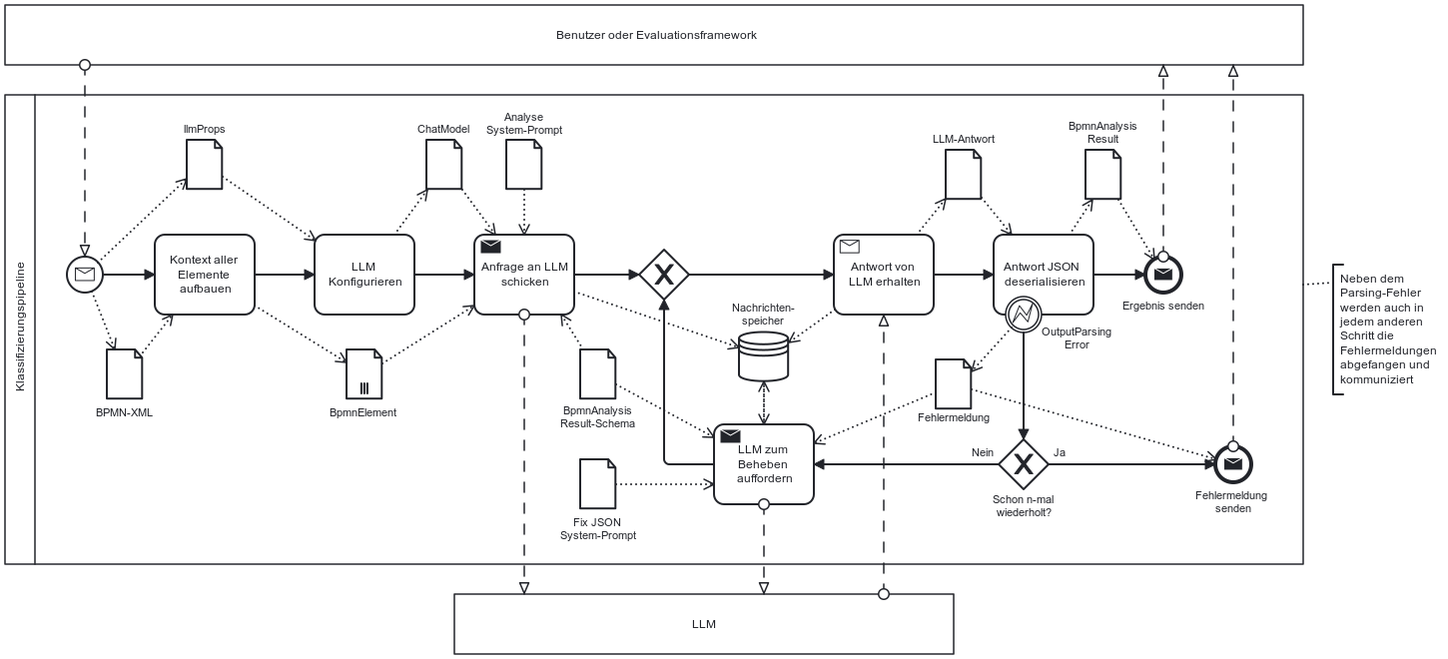
This is thesis/images/classification/classification-pipeline-diagram.png from MertenD/gripl-master-thesis, a BPMN export, as it was before one commit. Its source is kept beside it as thesis/images/classification/classification-pipeline-diagram.bpmn. Ids are renumbered.
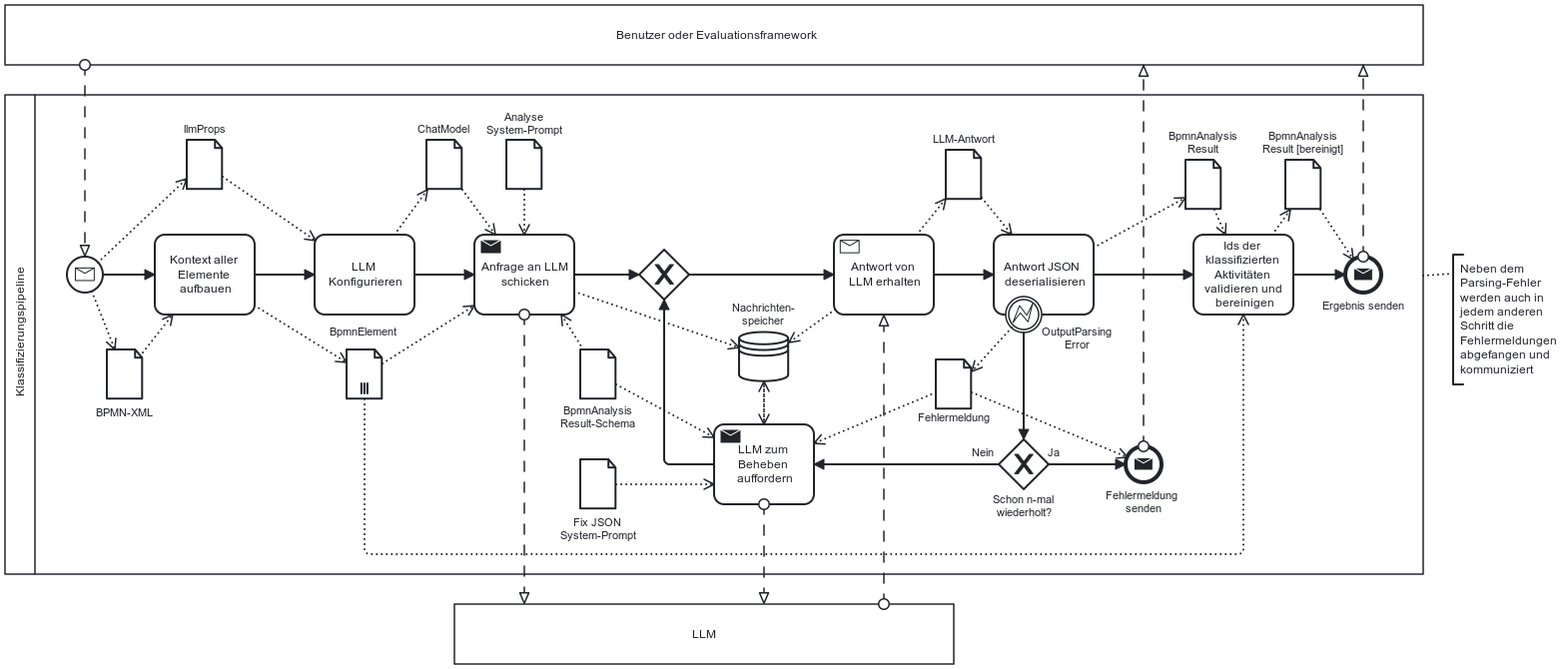
Later version of the same file.

Commit message:
Fix classification process diagram

What changed in the source:
```diff
@@ -90,7 +90,7 @@
     </bpmn:exclusiveGateway>
     <bpmn:task id="Activity_n57" name="Antwort JSON deserialisieren">
       <bpmn:incoming>Flow_n58</bpmn:incoming>
-      <bpmn:outgoing>Flow_n59</bpmn:outgoing>
+      <bpmn:outgoing>Flow_n94</bpmn:outgoing>
       <bpmn:property id="Property_n60" name="__targetRef_placeholder" />
       <bpmn:dataInputAssociation id="DataInputAssociation_n61">
         <bpmn:sourceRef>DataObjectReference_n62</bpmn:sourceRef>
@@ -100,17 +100,6 @@
         <bpmn:targetRef>DataObjectReference_n64</bpmn:targetRef>
       </bpmn:dataOutputAssociation>
     </bpmn:task>
-    <bpmn:endEvent id="Event_n14" name="Ergebnis senden">
-      <bpmn:incoming>Flow_n59</bpmn:incoming>
-      <bpmn:property id="Property_n65" name="__targetRef_placeholder" />
-      <bpmn:dataInputAssociation id="DataInputAssociation_n66">
-        <bpmn:sourceRef>DataObjectReference_n64</bpmn:sourceRef>
-        <bpmn:targetRef>Property_n65</bpmn:targetRef>
-      </bpmn:dataInputAssociation>
-      <bpmn:messageEventDefinition id="MessageEventDefinition_n67" />
-    </bpmn:endEvent>
-    <bpmn:dataObjectReference id="DataObjectReference_n64" name="BpmnAnalysis&#10;Result" dataObjectRef="DataObject_n68" />
-    <bpmn:dataObject id="DataObject_n68" />
     <bpmn:exclusiveGateway id="Gateway_n69" name="Schon n-mal wiederholt?">
       <bpmn:incoming>Flow_n70</bpmn:incoming>
       <bpmn:outgoing>Flow_n71</bpmn:outgoing>
@@ -150,15 +139,6 @@
         <bpmn:targetRef>DataStoreReference_n49</bpmn:targetRef>
       </bpmn:dataOutputAssociation>
     </bpmn:receiveTask>
-    <bpmn:endEvent id="Event_n18" name="Fehlermeldung senden">
-      <bpmn:incoming>Flow_n72</bpmn:incoming>
-      <bpmn:property id="Property_n83" name="__targetRef_placeholder" />
-      <bpmn:dataInputAssociation id="DataInputAssociation_n84">
-        <bpmn:sourceRef>DataObjectReference_n75</bpmn:sourceRef>
-        <bpmn:targetRef>Property_n83</bpmn:targetRef>
-      </bpmn:dataInputAssociation>
-      <bpmn:messageEventDefinition id="MessageEventDefinition_n85" />
-    </bpmn:endEvent>
     <bpmn:dataObjectReference id="DataObjectReference_n75" name="Fehlermeldung" dataObjectRef="DataObject_n86" />
     <bpmn:dataObject id="DataObject_n86" />
     <bpmn:dataStoreReference id="DataStoreReference_n49" name="Nachrichten-&#10;speicher" />
@@ -176,7 +156,6 @@
     <bpmn:sequenceFlow id="Flow_n55" sourceRef="Activity_n16" targetRef="Gateway_n54" />
     <bpmn:sequenceFlow id="Flow_n56" sourceRef="Gateway_n54" targetRef="Activity_n12" />
     <bpmn:sequenceFlow id="Flow_n58" sourceRef="Activity_n12" targetRef="Activity_n57" />
-    <bpmn:sequenceFlow id="Flow_n59" sourceRef="Activity_n57" targetRef="Event_n14" />
     <bpmn:sequenceFlow id="Flow_n70" sourceRef="Event_n87" targetRef="Gateway_n69" />
     <bpmn:sequenceFlow id="Flow_n71" name="Nein" sourceRef="Gateway_n69" targetRef="Activity_n16" />
     <bpmn:sequenceFlow id="Flow_n72" name="Ja" sourceRef="Gateway_n69" targetRef="Event_n18" />
@@ -186,11 +165,51 @@
     <bpmn:dataObject id="DataObject_n91" />
     <bpmn:dataObjectReference id="DataObjectReference_n47" name="BpmnAnalysis&#10;Result-Schema" dataObjectRef="DataObject_n92" />
     <bpmn:dataObject id="DataObject_n92" />
+    <bpmn:sequenceFlow id="Flow_n94" sourceRef="Activity_n57" targetRef="Activity_n95" />
+    <bpmn:task id="Activity_n95" name="Ids der klassifizierten Aktivitäten validieren und bereinigen">
+      <bpmn:incoming>Flow_n94</bpmn:incoming>
+      <bpmn:outgoing>Flow_n96</bpmn:outgoing>
+      <bpmn:property id="Property_n97" name="__targetRef_placeholder" />
+      <bpmn:dataInputAssociation id="DataInputAssociation_n98">
+        <bpmn:sourceRef>DataObjectReference_n64</bpmn:sourceRef>
+        <bpmn:targetRef>Property_n97</bpmn:targetRef>
+      </bpmn:dataInputAssociation>
+      <bpmn:dataInputAssociation id="DataInputAssociation_n99">
+        <bpmn:sourceRef>DataObjectReference_n32</bpmn:sourceRef>
+        <bpmn:targetRef>Property_n97</bpmn:targetRef>
+      </bpmn:dataInputAssociation>
+      <bpmn:dataOutputAssociation id="DataOutputAssociation_n100">
+        <bpmn:targetRef>DataObjectReference_n101</bpmn:targetRef>
+      </bpmn:dataOutputAssociation>
+    </bpmn:task>
+    <bpmn:dataObjectReference id="DataObjectReference_n64" name="BpmnAnalysis&#10;Result" dataObjectRef="DataObject_n68" />
+    <bpmn:dataObject id="DataObject_n68" />
+    <bpmn:dataObjectReference id="DataObjectReference_n101" name="BpmnAnalysis&#10;Result [bereinigt]" dataObjectRef="DataObject_n102" />
+    <bpmn:dataObject id="DataObject_n102" />
+    <bpmn:sequenceFlow id="Flow_n96" sourceRef="Activity_n95" targetRef="Event_n14" />
+    <bpmn:endEvent id="Event_n18" name="Fehlermeldung senden">
+      <bpmn:incoming>Flow_n72</bpmn:incoming>
+      <bpmn:property id="Property_n83" name="__targetRef_placeholder" />
+      <bpmn:dataInputAssociation id="DataInputAssociation_n84">
+        <bpmn:sourceRef>DataObjectReference_n75</bpmn:sourceRef>
+        <bpmn:targetRef>Property_n83</bpmn:targetRef>
+      </bpmn:dataInputAssociation>
+      <bpmn:messageEventDefinition id="MessageEventDefinition_n85" />
+    </bpmn:endEvent>
+    <bpmn:endEvent id="Event_n14" name="Ergebnis senden">
+      <bpmn:incoming>Flow_n96</bpmn:incoming>
+      <bpmn:property id="Property_n103" name="__targetRef_placeholder" />
+      <bpmn:dataInputAssociation id="DataInputAssociation_n104">
+        <bpmn:sourceRef>DataObjectReference_n101</bpmn:sourceRef>
+        <bpmn:targetRef>Property_n103</bpmn:targetRef>
+      </bpmn:dataInputAssociation>
+      <bpmn:messageEventDefinition id="MessageEventDefinition_n67" />
+    </bpmn:endEvent>
   </bpmn:process>
   <bpmndi:BPMNDiagram id="BPMNDiagram_1">
     <bpmndi:BPMNPlane id="BPMNPlane_1" bpmnElement="Collaboration_n2">
       <bpmndi:BPMNShape id="Participant_n3_di" bpmnElement="Participant_n3" isHorizontal="true">
-        <dc:Bounds x="160" y="170" width="1300" height="470" />
+        <dc:Bounds x="160" y="170" width="1420" height="480" />
         <bpmndi:BPMNLabel />
       </bpmndi:BPMNShape>
       <bpmndi:BPMNShape id="Event_0zqu7d7_di" bpmnElement="Event_n8">
@@ -222,7 +241,7 @@
       <bpmndi:BPMNShape id="DataObjectReference_n32_di" bpmnElement="DataObjectReference_n32">
         <dc:Bounds x="502" y="425" width="36" height="50" />
         <bpmndi:BPMNLabel>
-          <dc:Bounds x="485" y="482" width="70" height="14" />
+          <dc:Bounds x="485" y="401" width="70" height="14" />
         </bpmndi:BPMNLabel>
       </bpmndi:BPMNShape>
       <bpmndi:BPMNShape id="DataObjectReference_n23_di" bpmnElement="DataObjectReference_n23">
@@ -244,18 +263,6 @@
         <dc:Bounds x="1150" y="310" width="100" height="80" />
         <bpmndi:BPMNLabel />
       </bpmndi:BPMNShape>
-      <bpmndi:BPMNShape id="Event_0f6i3or_di" bpmnElement="Event_n14">
-        <dc:Bounds x="1302" y="332" width="36" height="36" />
-        <bpmndi:BPMNLabel>
-          <dc:Bounds x="1279" y="375" width="83" height="14" />
-        </bpmndi:BPMNLabel>
-      </bpmndi:BPMNShape>
-      <bpmndi:BPMNShape id="DataObjectReference_n64_di" bpmnElement="DataObjectReference_n64">
-        <dc:Bounds x="1242" y="225" width="36" height="50" />
-        <bpmndi:BPMNLabel>
-          <dc:Bounds x="1225" y="195" width="70" height="27" />
-        </bpmndi:BPMNLabel>
-      </bpmndi:BPMNShape>
       <bpmndi:BPMNShape id="Gateway_n69_di" bpmnElement="Gateway_n69" isMarkerVisible="true">
         <dc:Bounds x="1155" y="515" width="50" height="50" />
         <bpmndi:BPMNLabel>
@@ -267,12 +274,6 @@
       </bpmndi:BPMNShape>
       <bpmndi:BPMNShape id="Activity_0cdn3s2_di" bpmnElement="Activity_n12">
         <dc:Bounds x="990" y="310" width="100" height="80" />
-      </bpmndi:BPMNShape>
-      <bpmndi:BPMNShape id="Event_0rd62l0_di" bpmnElement="Event_n18">
-        <dc:Bounds x="1372" y="522" width="36" height="36" />
-        <bpmndi:BPMNLabel>
-          <dc:Bounds x="1352" y="565" width="77" height="27" />
-        </bpmndi:BPMNLabel>
       </bpmndi:BPMNShape>
       <bpmndi:BPMNShape id="DataObjectReference_n75_di" bpmnElement="DataObjectReference_n75">
         <dc:Bounds x="1092" y="435" width="36" height="50" />
@@ -302,6 +303,34 @@
         <dc:Bounds x="736" y="425" width="36" height="50" />
         <bpmndi:BPMNLabel>
           <dc:Bounds x="716" y="480" width="76" height="27" />
+        </bpmndi:BPMNLabel>
+      </bpmndi:BPMNShape>
+      <bpmndi:BPMNShape id="Activity_n95_di" bpmnElement="Activity_n95">
+        <dc:Bounds x="1350" y="310" width="100" height="80" />
+        <bpmndi:BPMNLabel />
+      </bpmndi:BPMNShape>
+      <bpmndi:BPMNShape id="DataObjectReference_n64_di" bpmnElement="DataObjectReference_n64">
+        <dc:Bounds x="1342" y="235" width="36" height="50" />
+        <bpmndi:BPMNLabel>
+          <dc:Bounds x="1325" y="205" width="70" height="27" />
+        </bpmndi:BPMNLabel>
+      </bpmndi:BPMNShape>
+      <bpmndi:BPMNShape id="BPMNShape_n105" bpmnElement="DataObjectReference_n101">
+        <dc:Bounds x="1442" y="235" width="36" height="50" />
+        <bpmndi:BPMNLabel>
+          <dc:Bounds x="1419" y="205" width="83" height="27" />
+        </bpmndi:BPMNLabel>
+      </bpmndi:BPMNShape>
+      <bpmndi:BPMNShape id="Event_0rd62l0_di" bpmnElement="Event_n18">
+        <dc:Bounds x="1282" y="522" width="36" height="36" />
+        <bpmndi:BPMNLabel>
+          <dc:Bounds x="1262" y="565" width="77" height="27" />
+        </bpmndi:BPMNLabel>
+      </bpmndi:BPMNShape>
+      <bpmndi:BPMNShape id="Event_0f6i3or_di" bpmnElement="Event_n14">
+        <dc:Bounds x="1502" y="332" width="36" height="36" />
+        <bpmndi:BPMNLabel>
+          <dc:Bounds x="1479" y="375" width="83" height="14" />
         </bpmndi:BPMNLabel>
       </bpmndi:BPMNShape>
       <bpmndi:BPMNShape id="Event_n87_di" bpmnElement="Event_n87">
@@ -339,10 +368,6 @@
         <di:waypoint x="1090" y="350" />
         <di:waypoint x="1150" y="350" />
       </bpmndi:BPMNEdge>
-      <bpmndi:BPMNEdge id="Flow_n59_di" bpmnElement="Flow_n59">
-        <di:waypoint x="1250" y="350" />
-        <di:waypoint x="1302" y="350" />
-      </bpmndi:BPMNEdge>
       <bpmndi:BPMNEdge id="Flow_n70_di" bpmnElement="Flow_n70">
         <di:waypoint x="1180" y="408" />
         <di:waypoint x="1180" y="515" />
@@ -356,22 +381,30 @@
       </bpmndi:BPMNEdge>
       <bpmndi:BPMNEdge id="Flow_n72_di" bpmnElement="Flow_n72">
         <di:waypoint x="1205" y="540" />
-        <di:waypoint x="1372" y="540" />
+        <di:waypoint x="1282" y="540" />
         <bpmndi:BPMNLabel>
-          <dc:Bounds x="1210" y="522" width="12" height="14" />
+          <dc:Bounds x="1204" y="522" width="12" height="14" />
         </bpmndi:BPMNLabel>
       </bpmndi:BPMNEdge>
-      <bpmndi:BPMNShape id="Participant_n5_di" bpmnElement="Participant_n5" isHorizontal="true">
-        <dc:Bounds x="610" y="670" width="500" height="60" />
+      <bpmndi:BPMNEdge id="Flow_n94_di" bpmnElement="Flow_n94">
+        <di:waypoint x="1250" y="350" />
+        <di:waypoint x="1350" y="350" />
+      </bpmndi:BPMNEdge>
+      <bpmndi:BPMNEdge id="Flow_n96_di" bpmnElement="Flow_n96">
+        <di:waypoint x="1450" y="350" />
+        <di:waypoint x="1502" y="350" />
+      </bpmndi:BPMNEdge>
+      <bpmndi:BPMNShape id="Participant_n6_di" bpmnElement="Participant_n6" isHorizontal="true">
+        <dc:Bounds x="160" y="80" width="1420" height="60" />
         <bpmndi:BPMNLabel />
       </bpmndi:BPMNShape>
-      <bpmndi:BPMNShape id="Participant_n6_di" bpmnElement="Participant_n6" isHorizontal="true">
-        <dc:Bounds x="160" y="80" width="1300" height="60" />
+      <bpmndi:BPMNShape id="Participant_n5_di" bpmnElement="Participant_n5" isHorizontal="true">
+        <dc:Bounds x="610" y="680" width="500" height="60" />
         <bpmndi:BPMNLabel />
       </bpmndi:BPMNShape>
       <bpmndi:BPMNEdge id="Association_n20_di" bpmnElement="Association_n20">
-        <di:waypoint x="1460" y="360" />
-        <di:waypoint x="1490" y="358" />
+        <di:waypoint x="1580" y="351" />
+        <di:waypoint x="1610" y="349" />
       </bpmndi:BPMNEdge>
       <bpmndi:BPMNEdge id="DataOutputAssociation_n22_di" bpmnElement="DataOutputAssociation_n22">
         <di:waypoint x="247" y="367" />
@@ -422,12 +455,8 @@
         <di:waypoint x="1168" y="310" />
       </bpmndi:BPMNEdge>
       <bpmndi:BPMNEdge id="DataOutputAssociation_n63_di" bpmnElement="DataOutputAssociation_n63">
-        <di:waypoint x="1226" y="310" />
-        <di:waypoint x="1249" y="275" />
-      </bpmndi:BPMNEdge>
-      <bpmndi:BPMNEdge id="DataInputAssociation_n66_di" bpmnElement="DataInputAssociation_n66">
-        <di:waypoint x="1275" y="275" />
-        <di:waypoint x="1311" y="335" />
+        <di:waypoint x="1250" y="323" />
+        <di:waypoint x="1342" y="273" />
       </bpmndi:BPMNEdge>
       <bpmndi:BPMNEdge id="DataInputAssociation_n74_di" bpmnElement="DataInputAssociation_n74">
         <di:waypoint x="1092" y="468" />
@@ -458,8 +487,8 @@
         <di:waypoint x="945" y="418" />
       </bpmndi:BPMNEdge>
       <bpmndi:BPMNEdge id="DataInputAssociation_n84_di" bpmnElement="DataInputAssociation_n84">
-        <di:waypoint x="1128" y="465" />
-        <di:waypoint x="1373" y="535" />
+        <di:waypoint x="1128" y="468" />
+        <di:waypoint x="1284" y="533" />
       </bpmndi:BPMNEdge>
       <bpmndi:BPMNEdge id="Flow_n7_di" bpmnElement="Flow_n7">
         <di:waypoint x="240" y="140" />
@@ -467,30 +496,48 @@
       </bpmndi:BPMNEdge>
       <bpmndi:BPMNEdge id="Flow_n9_di" bpmnElement="Flow_n9">
         <di:waypoint x="680" y="390" />
-        <di:waypoint x="680" y="670" />
+        <di:waypoint x="680" y="680" />
       </bpmndi:BPMNEdge>
       <bpmndi:BPMNEdge id="Flow_n11_di" bpmnElement="Flow_n11">
-        <di:waypoint x="1040" y="670" />
+        <di:waypoint x="1040" y="680" />
         <di:waypoint x="1040" y="390" />
       </bpmndi:BPMNEdge>
       <bpmndi:BPMNEdge id="Flow_n13_di" bpmnElement="Flow_n13">
-        <di:waypoint x="1320" y="332" />
-        <di:waypoint x="1320" y="140" />
+        <di:waypoint x="1520" y="332" />
+        <di:waypoint x="1520" y="140" />
       </bpmndi:BPMNEdge>
       <bpmndi:BPMNEdge id="Flow_n15_di" bpmnElement="Flow_n15">
         <di:waypoint x="920" y="580" />
-        <di:waypoint x="920" y="670" />
+        <di:waypoint x="920" y="680" />
       </bpmndi:BPMNEdge>
       <bpmndi:BPMNEdge id="Flow_n17_di" bpmnElement="Flow_n17">
-        <di:waypoint x="1390" y="522" />
-        <di:waypoint x="1390" y="140" />
+        <di:waypoint x="1300" y="522" />
+        <di:waypoint x="1300" y="140" />
       </bpmndi:BPMNEdge>
       <bpmndi:BPMNEdge id="DataOutputAssociation_n88_di" bpmnElement="DataOutputAssociation_n88">
         <di:waypoint x="1168" y="403" />
         <di:waypoint x="1128" y="447" />
       </bpmndi:BPMNEdge>
+      <bpmndi:BPMNEdge id="DataInputAssociation_n99_di" bpmnElement="DataInputAssociation_n99">
+        <di:waypoint x="520" y="475" />
+        <di:waypoint x="520" y="630" />
+        <di:waypoint x="1400" y="630" />
+        <di:waypoint x="1400" y="390" />
+      </bpmndi:BPMNEdge>
+      <bpmndi:BPMNEdge id="DataInputAssociation_n98_di" bpmnElement="DataInputAssociation_n98">
+        <di:waypoint x="1371" y="285" />
+        <di:waypoint x="1382" y="310" />
+      </bpmndi:BPMNEdge>
+      <bpmndi:BPMNEdge id="DataOutputAssociation_n100_di" bpmnElement="DataOutputAssociation_n100">
+        <di:waypoint x="1429" y="310" />
+        <di:waypoint x="1447" y="285" />
+      </bpmndi:BPMNEdge>
+      <bpmndi:BPMNEdge id="DataInputAssociation_n104_di" bpmnElement="DataInputAssociation_n104">
+        <di:waypoint x="1477" y="285" />
+        <di:waypoint x="1510" y="335" />
+      </bpmndi:BPMNEdge>
       <bpmndi:BPMNShape id="TextAnnotation_n19_di" bpmnElement="TextAnnotation_n19">
-        <dc:Bounds x="1490" y="340" width="110.00773466422582" height="130.00387264876414" />
+        <dc:Bounds x="1610" y="330" width="110.00773466422582" height="130.00387264876414" />
         <bpmndi:BPMNLabel />
       </bpmndi:BPMNShape>
     </bpmndi:BPMNPlane>
```
